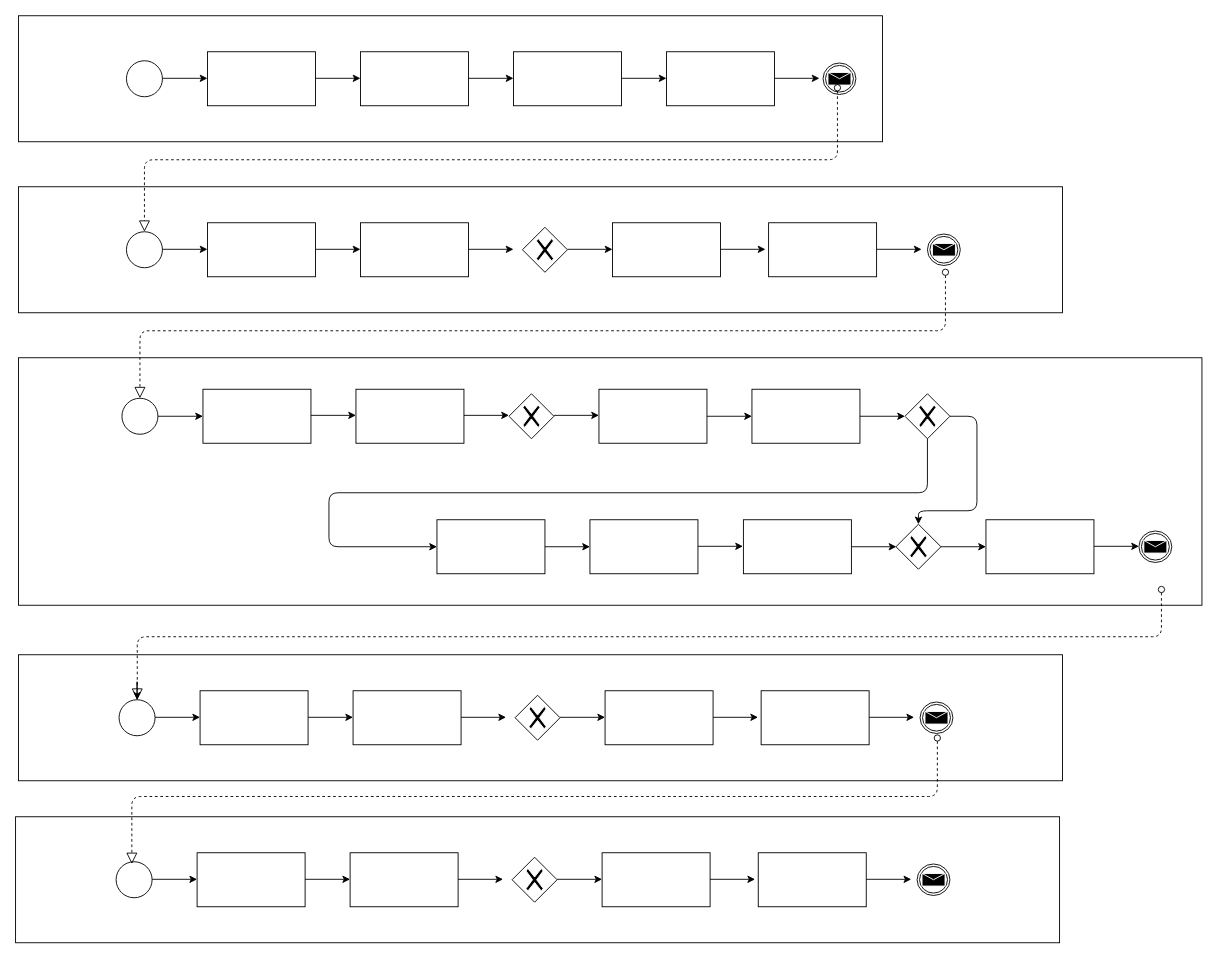
Above: Untitled Diagram.drawio in loosker95/Diagramme-de-colaboration (draw.io), before the change. Source tidied: cells renumbered, new cells numbered last; positions are measured from the earlier drawing's top-left corner, leaving out a move shared by most shapes. Both pictures are drawn from the tidied source at 90%, with x=0, y=0 at pixel (15, 15).
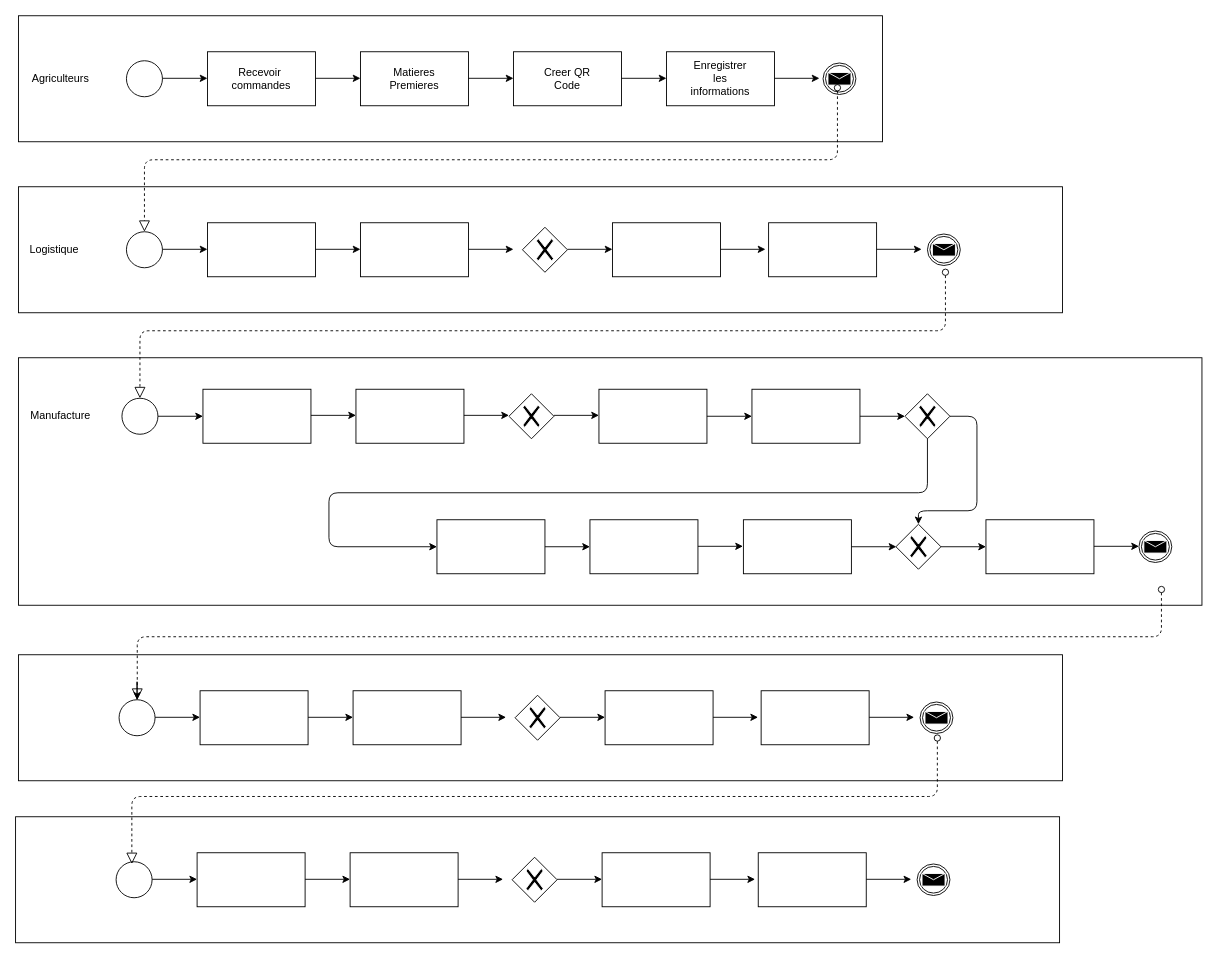
Above is the later version.

Diff of the diagram source:
```diff
@@
+    <mxCell id="88" value="Recevoir&amp;nbsp; commandes" style="text;html=1;strokeColor=none;fillColor=none;align=center;verticalAlign=middle;whiteSpace=wrap;rounded=0;" parent="1" vertex="1">
+      <mxGeometry x="253" y="60" width="40" height="20" as="geometry" />
+    </mxCell>
+    <mxCell id="89" value="Matieres Premieres" style="text;html=1;strokeColor=none;fillColor=none;align=center;verticalAlign=middle;whiteSpace=wrap;rounded=0;" parent="1" vertex="1">
+      <mxGeometry x="423" y="60" width="40" height="20" as="geometry" />
+    </mxCell>
+    <mxCell id="90" value="Creer QR Code" style="text;html=1;strokeColor=none;fillColor=none;align=center;verticalAlign=middle;whiteSpace=wrap;rounded=0;" parent="1" vertex="1">
+      <mxGeometry x="583" y="60" width="60" height="20" as="geometry" />
+    </mxCell>
+    <mxCell id="91" value="Enregistrer les informations" style="text;html=1;strokeColor=none;fillColor=none;align=center;verticalAlign=middle;whiteSpace=wrap;rounded=0;" parent="1" vertex="1">
+      <mxGeometry x="753" y="60" width="60" height="20" as="geometry" />
+    </mxCell>
+    <mxCell id="92" value="Agriculteurs" style="text;html=1;strokeColor=none;fillColor=none;align=center;verticalAlign=middle;whiteSpace=wrap;rounded=0;" parent="1" vertex="1">
+      <mxGeometry x="30" y="60" width="40" height="20" as="geometry" />
+    </mxCell>
+    <mxCell id="93" value="Logistique" style="text;html=1;strokeColor=none;fillColor=none;align=center;verticalAlign=middle;whiteSpace=wrap;rounded=0;" parent="1" vertex="1">
+      <mxGeometry x="23" y="250" width="40" height="20" as="geometry" />
+    </mxCell>
+    <mxCell id="94" value="Manufacture" style="text;html=1;strokeColor=none;fillColor=none;align=center;verticalAlign=middle;whiteSpace=wrap;rounded=0;" parent="1" vertex="1">
+      <mxGeometry x="29.5" y="435" width="40" height="20" as="geometry" />
+    </mxCell>
```
